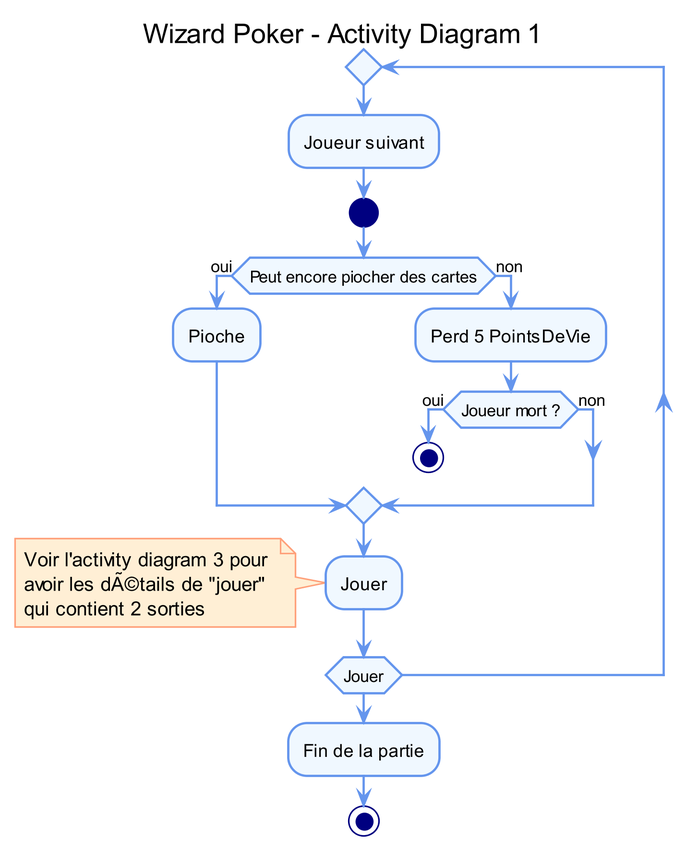
Earlier version of the PlantUML export srd/assets/uml/ActivityDiagram1.png (elishadrion/tetris). Its diagram source:
```plantuml
@startuml


title Wizard Poker - Activity Diagram 1

skinparam classAttributeIconSize 0

skinparam shadowing false

skinparam dpi 300

skinparam activity {
  StartColor Navy
  BackgroundColor AliceBlue
  ArrowColor CornflowerBlue
  BorderColor CornflowerBlue
  EndColor Navy
}
skinparam NoteBackgroundColor PapayaWhip
skinparam NoteBorderColor LightSalmon
skinparam stereotypeCBackgroundColor OldLace


repeat
  :Joueur suivant;
  start
  if (Peut encore piocher des cartes) then (oui)
    :Pioche;
  else (non)
    :Perd 5 PointsDeVie;
    if (Joueur mort ?) then (oui)
      stop
    else (non)
    endif
  endif
  :Jouer;
  note
    Voir l'activity diagram 3 pour
    avoir les détails de "jouer"
    qui contient 2 sorties
  end note
repeat while (Jouer)


:Fin de la partie;
stop

@enduml
```
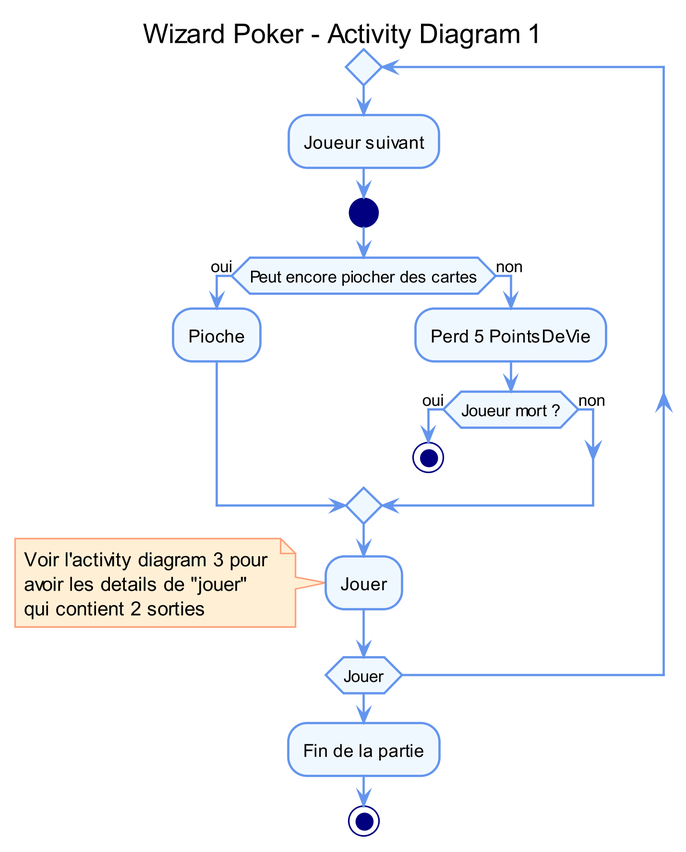
The same file after the commit.

Change to the diagram source:
```diff
@@ -36,7 +36,7 @@
   :Jouer;
   note
     Voir l'activity diagram 3 pour
-    avoir les détails de "jouer"
+    avoir les details de "jouer"
     qui contient 2 sorties
   end note
 repeat while (Jouer)
```
